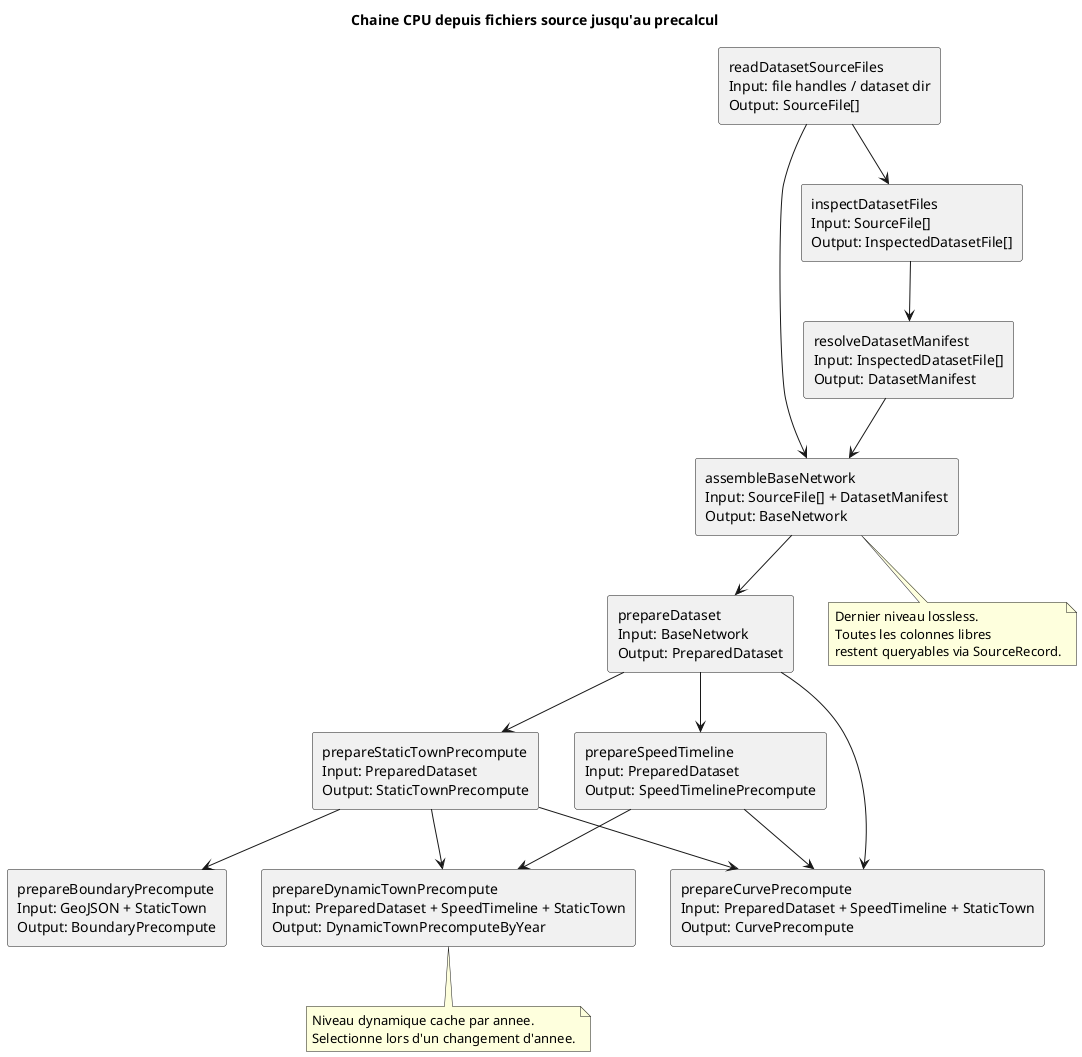
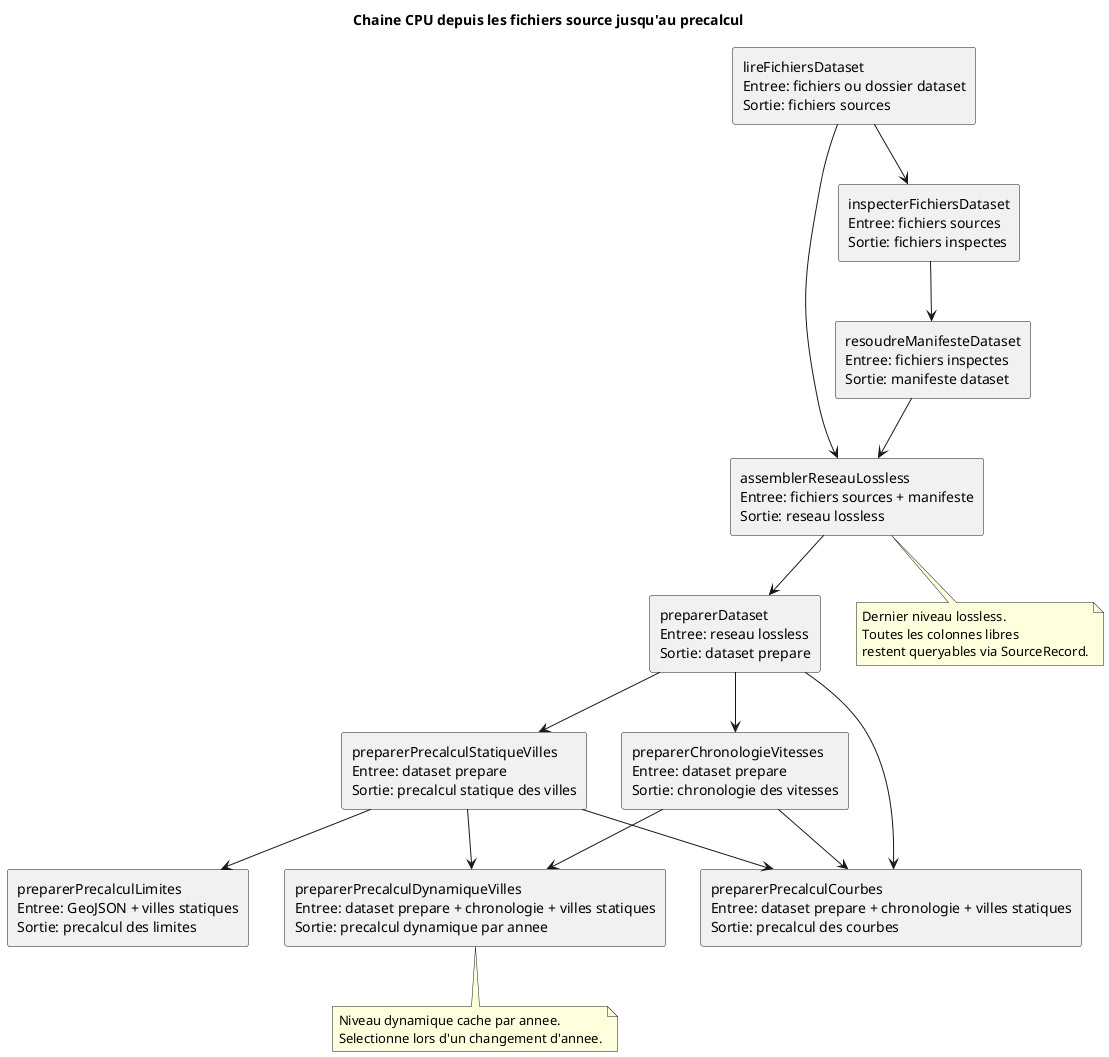
@startuml
- title Chaine CPU depuis fichiers source jusqu'au precalcul
+ title Chaine CPU depuis les fichiers source jusqu'au precalcul

skinparam componentStyle rectangle

- component "readDatasetSourceFiles\nInput: file handles / dataset dir\nOutput: SourceFile[]" as read
- component "inspectDatasetFiles\nInput: SourceFile[]\nOutput: InspectedDatasetFile[]" as inspect
- component "resolveDatasetManifest\nInput: InspectedDatasetFile[]\nOutput: DatasetManifest" as manifest
- component "assembleBaseNetwork\nInput: SourceFile[] + DatasetManifest\nOutput: BaseNetwork" as assemble
- component "prepareDataset\nInput: BaseNetwork\nOutput: PreparedDataset" as prepare
- component "prepareSpeedTimeline\nInput: PreparedDataset\nOutput: SpeedTimelinePrecompute" as speeds
- component "prepareStaticTownPrecompute\nInput: PreparedDataset\nOutput: StaticTownPrecompute" as statics
- component "prepareDynamicTownPrecompute\nInput: PreparedDataset + SpeedTimeline + StaticTown\nOutput: DynamicTownPrecomputeByYear" as dynamic
- component "prepareCurvePrecompute\nInput: PreparedDataset + SpeedTimeline + StaticTown\nOutput: CurvePrecompute" as curves
- component "prepareBoundaryPrecompute\nInput: GeoJSON + StaticTown\nOutput: BoundaryPrecompute" as boundaries
+ component "lireFichiersDataset\nEntree: fichiers ou dossier dataset\nSortie: fichiers sources" as read
+ component "inspecterFichiersDataset\nEntree: fichiers sources\nSortie: fichiers inspectes" as inspect
+ component "resoudreManifesteDataset\nEntree: fichiers inspectes\nSortie: manifeste dataset" as manifest
+ component "assemblerReseauLossless\nEntree: fichiers sources + manifeste\nSortie: reseau lossless" as assemble
+ component "preparerDataset\nEntree: reseau lossless\nSortie: dataset prepare" as prepare
+ component "preparerChronologieVitesses\nEntree: dataset prepare\nSortie: chronologie des vitesses" as speeds
+ component "preparerPrecalculStatiqueVilles\nEntree: dataset prepare\nSortie: precalcul statique des villes" as statics
+ component "preparerPrecalculDynamiqueVilles\nEntree: dataset prepare + chronologie + villes statiques\nSortie: precalcul dynamique par annee" as dynamic
+ component "preparerPrecalculCourbes\nEntree: dataset prepare + chronologie + villes statiques\nSortie: precalcul des courbes" as curves
+ component "preparerPrecalculLimites\nEntree: GeoJSON + villes statiques\nSortie: precalcul des limites" as boundaries

read --> inspect
inspect --> manifest
manifest --> assemble
read --> assemble
assemble --> prepare
prepare --> speeds
prepare --> statics
speeds --> dynamic
statics --> dynamic
prepare --> curves
speeds --> curves
statics --> curves
statics --> boundaries

note bottom of assemble
  Dernier niveau lossless.
  Toutes les colonnes libres
  restent queryables via SourceRecord.
end note

note bottom of dynamic
  Niveau dynamique cache par annee.
  Selectionne lors d'un changement d'annee.
end note
@enduml
